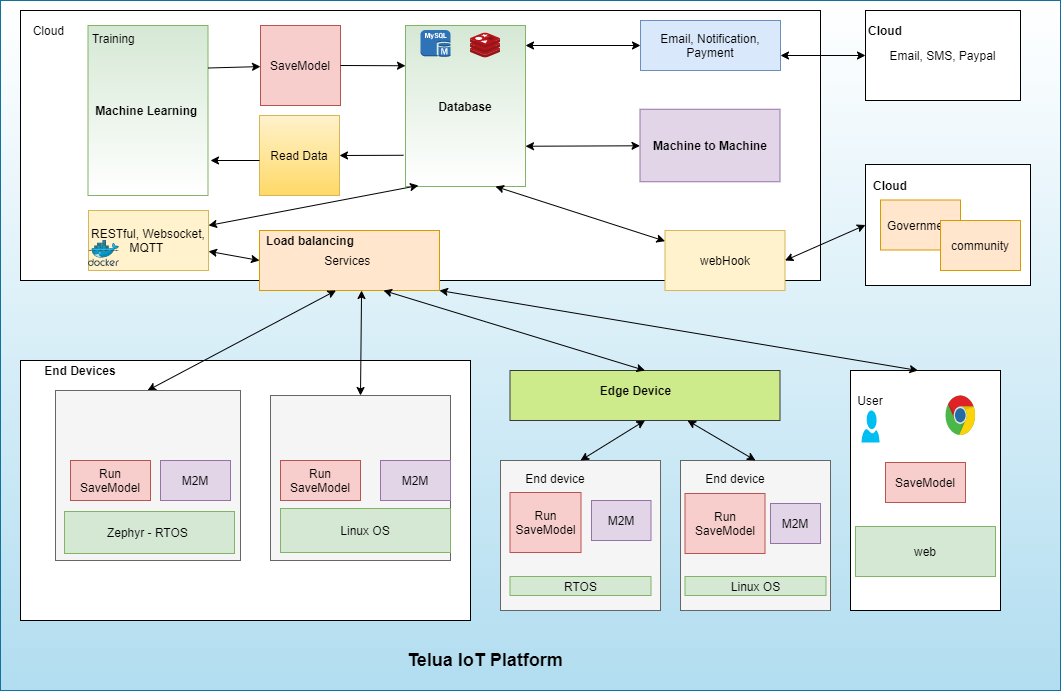
Earlier version of the draw.io export machine_learning/machineLearning-overview.png (letrthong/uhes_visual_programing_iot). Source tidied: cells renumbered, new cells last; positions are measured from the earlier drawing's top-left corner, leaving out a move shared by most shapes.
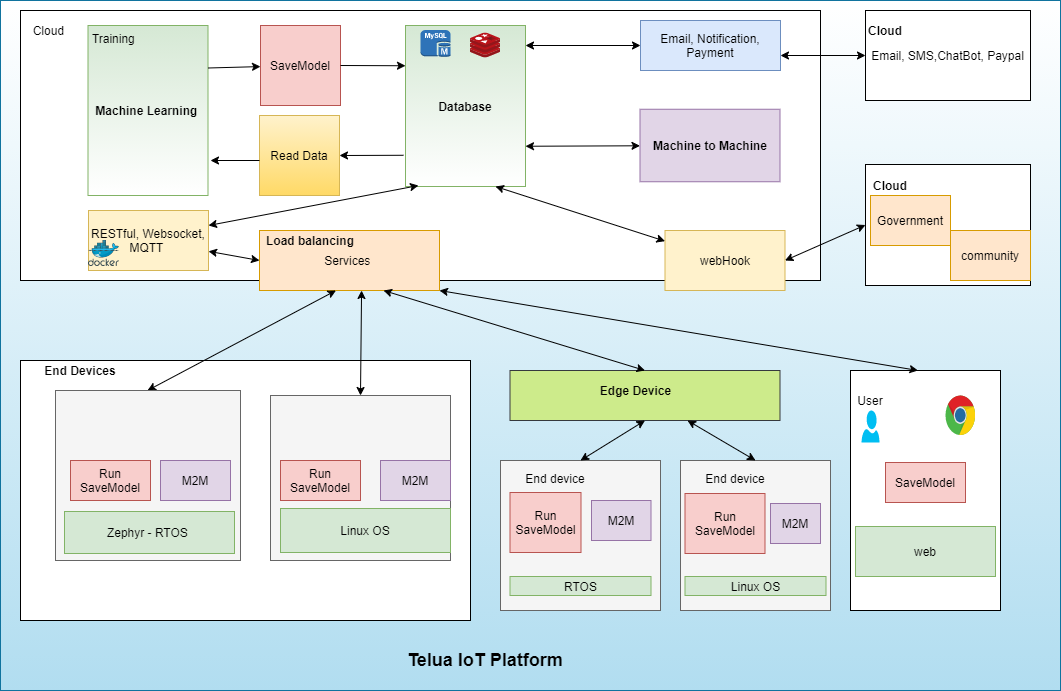
Above is the later version.

Change to the diagram source:
```diff
@@ -172,11 +172,11 @@
     <mxCell id="56" value="&lt;b&gt;Load balancing&lt;/b&gt;" style="text;html=1;strokeColor=none;fillColor=none;align=center;verticalAlign=middle;whiteSpace=wrap;rounded=0;" parent="1" vertex="1">
       <mxGeometry x="260" y="230" width="100" height="20" as="geometry" />
     </mxCell>
-    <mxCell id="57" value="Email, SMS, Paypal" style="rounded=0;whiteSpace=wrap;html=1;" parent="1" vertex="1">
-      <mxGeometry x="865" y="10" width="155" height="90" as="geometry" />
+    <mxCell id="57" value="Email, SMS,ChatBot, Paypal" style="rounded=0;whiteSpace=wrap;html=1;" parent="1" vertex="1">
+      <mxGeometry x="865" y="10" width="165" height="90" as="geometry" />
     </mxCell>
     <mxCell id="58" value="Government" style="rounded=0;whiteSpace=wrap;html=1;fillColor=#ffe6cc;strokeColor=#d79b00;" parent="1" vertex="1">
-      <mxGeometry x="880" y="199.5" width="80" height="50" as="geometry" />
+      <mxGeometry x="870" y="195" width="80" height="50" as="geometry" />
     </mxCell>
     <mxCell id="59" value="&lt;b&gt;Cloud&lt;/b&gt;" style="text;html=1;strokeColor=none;fillColor=none;align=center;verticalAlign=middle;whiteSpace=wrap;rounded=0;" parent="1" vertex="1">
       <mxGeometry x="865" y="20" width="40" height="20" as="geometry" />
@@ -195,7 +195,7 @@
       </mxGeometry>
     </mxCell>
     <mxCell id="63" value="community" style="rounded=0;whiteSpace=wrap;html=1;fillColor=#ffe6cc;strokeColor=#d79b00;" parent="1" vertex="1">
-      <mxGeometry x="940" y="220" width="80" height="50" as="geometry" />
+      <mxGeometry x="950" y="230" width="80" height="50" as="geometry" />
     </mxCell>
     <mxCell id="64" style="dashed=0;verticalLabelPosition=bottom;verticalAlign=top;align=center;html=1;shape=mxgraph.aws3.mysql_db_instance;fillColor=#2E73B8;gradientColor=none;" parent="1" vertex="1">
       <mxGeometry x="420" y="29.5" width="30" height="27" as="geometry" />
```
